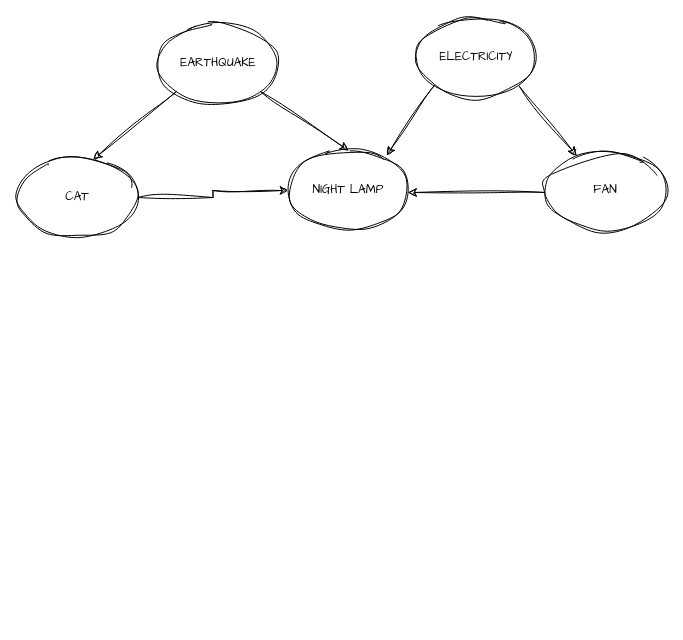
Sanjaynarayan27/github_tut keeps this draw.io diagram as page "Page-2" (6 of 6) of causal_approach.drawio. Above is the earlier version. Source tidied: cells renumbered, new cells numbered last; positions are measured from the earlier drawing's top-left corner, leaving out a move shared by most shapes. Both pictures are drawn from the tidied source at 100%, with x=0, y=0 at pixel (17, 17).
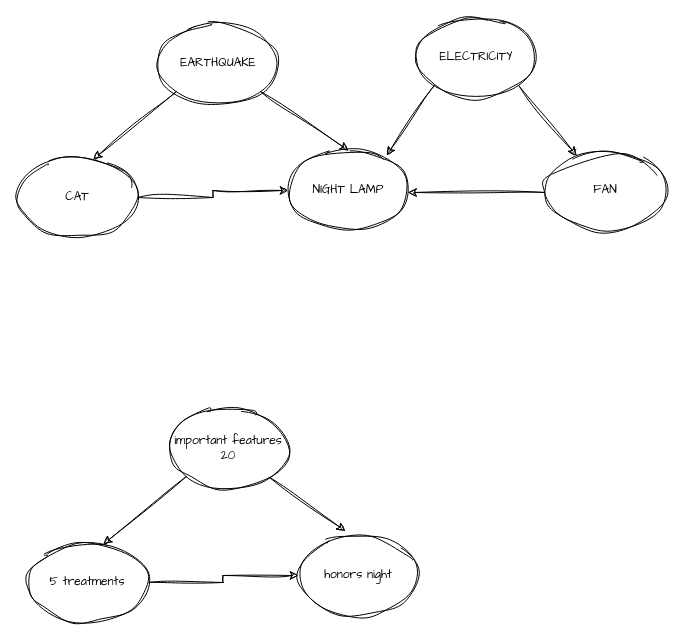
Above is the later version.

Change to the diagram source:
```diff
@@
 <mxGraphModel>
   <root>
     <mxCell id="0" />
     <mxCell id="1" parent="0" />
     <mxCell id="2" style="edgeStyle=orthogonalEdgeStyle;rounded=0;sketch=1;hachureGap=4;jiggle=2;curveFitting=1;jettySize=auto;html=1;exitX=1;exitY=0.5;exitDx=0;exitDy=0;fontFamily=Architects Daughter;" parent="1" edge="1" source="3" target="4">
       <mxGeometry relative="1" as="geometry" />
     </mxCell>
     <mxCell id="3" value="CAT" style="ellipse;whiteSpace=wrap;html=1;sketch=1;hachureGap=4;jiggle=2;curveFitting=1;fontFamily=Architects Daughter;" parent="1" vertex="1">
       <mxGeometry y="140" width="120" height="80" as="geometry" />
     </mxCell>
     <mxCell id="4" value="NIGHT LAMP" style="ellipse;whiteSpace=wrap;html=1;sketch=1;hachureGap=4;jiggle=2;curveFitting=1;fontFamily=Architects Daughter;" parent="1" vertex="1">
       <mxGeometry x="271" y="133" width="120" height="80" as="geometry" />
     </mxCell>
     <mxCell id="5" value="EARTHQUAKE" style="ellipse;whiteSpace=wrap;html=1;sketch=1;hachureGap=4;jiggle=2;curveFitting=1;fontFamily=Architects Daughter;" parent="1" vertex="1">
       <mxGeometry x="141" y="6" width="120" height="80" as="geometry" />
     </mxCell>
     <mxCell id="6" style="endArrow=classic;html=1;rounded=0;sketch=1;hachureGap=4;jiggle=2;curveFitting=1;fontFamily=Architects Daughter;exitX=1;exitY=1;exitDx=0;exitDy=0;entryX=0.5;entryY=0;entryDx=0;entryDy=0;" parent="1" edge="1" source="5" target="4">
       <mxGeometry relative="1" as="geometry" />
     </mxCell>
     <mxCell id="7" style="endArrow=classic;html=1;rounded=0;sketch=1;hachureGap=4;jiggle=2;curveFitting=1;fontFamily=Architects Daughter;exitX=0;exitY=1;exitDx=0;exitDy=0;entryX=0.633;entryY=0.021;entryDx=0;entryDy=0;entryPerimeter=0;" parent="1" edge="1" source="5" target="3">
       <mxGeometry relative="1" as="geometry" />
     </mxCell>
     <mxCell id="8" style="edgeStyle=orthogonalEdgeStyle;rounded=0;sketch=1;hachureGap=4;jiggle=2;curveFitting=1;orthogonalLoop=1;jettySize=auto;html=1;fontFamily=Architects Daughter;" parent="1" edge="1">
       <mxGeometry relative="1" as="geometry">
         <mxPoint x="527.5" y="175" as="sourcePoint" />
         <mxPoint x="390.5" y="175" as="targetPoint" />
       </mxGeometry>
     </mxCell>
     <mxCell id="9" value="FAN" style="ellipse;whiteSpace=wrap;html=1;sketch=1;hachureGap=4;jiggle=2;curveFitting=1;fontFamily=Architects Daughter;" parent="1" vertex="1">
       <mxGeometry x="528" y="133" width="120" height="80" as="geometry" />
     </mxCell>
     <mxCell id="10" value="ELECTRICITY" style="ellipse;whiteSpace=wrap;html=1;sketch=1;hachureGap=4;jiggle=2;curveFitting=1;fontFamily=Architects Daughter;" parent="1" vertex="1">
       <mxGeometry x="399" width="120" height="80" as="geometry" />
     </mxCell>
     <mxCell id="11" style="endArrow=classic;html=1;rounded=0;sketch=1;hachureGap=4;jiggle=2;curveFitting=1;fontFamily=Architects Daughter;exitX=1;exitY=1;exitDx=0;exitDy=0;" parent="1" edge="1" source="10" target="9">
       <mxGeometry relative="1" as="geometry" />
     </mxCell>
     <mxCell id="12" style="endArrow=classic;html=1;rounded=0;sketch=1;hachureGap=4;jiggle=2;curveFitting=1;fontFamily=Architects Daughter;exitX=0;exitY=1;exitDx=0;exitDy=0;entryX=0.819;entryY=0.058;entryDx=0;entryDy=0;entryPerimeter=0;" parent="1" edge="1" source="10" target="4">
       <mxGeometry relative="1" as="geometry" />
     </mxCell>
+    <mxCell id="13" style="edgeStyle=orthogonalEdgeStyle;rounded=0;sketch=1;hachureGap=4;jiggle=2;curveFitting=1;jettySize=auto;html=1;exitX=1;exitY=0.5;exitDx=0;exitDy=0;fontFamily=Architects Daughter;" parent="1" edge="1" source="14" target="15">
+      <mxGeometry relative="1" as="geometry" />
+    </mxCell>
+    <mxCell id="14" value="5 treatments" style="ellipse;whiteSpace=wrap;html=1;sketch=1;hachureGap=4;jiggle=2;curveFitting=1;fontFamily=Architects Daughter;" parent="1" vertex="1">
+      <mxGeometry x="10" y="525" width="120" height="80" as="geometry" />
+    </mxCell>
+    <mxCell id="15" value="honors night" style="ellipse;whiteSpace=wrap;html=1;sketch=1;hachureGap=4;jiggle=2;curveFitting=1;fontFamily=Architects Daughter;" parent="1" vertex="1">
+      <mxGeometry x="281" y="518" width="120" height="80" as="geometry" />
+    </mxCell>
+    <mxCell id="16" value="important features&lt;div&gt;20&lt;/div&gt;" style="ellipse;whiteSpace=wrap;html=1;sketch=1;hachureGap=4;jiggle=2;curveFitting=1;fontFamily=Architects Daughter;" parent="1" vertex="1">
+      <mxGeometry x="151" y="391" width="120" height="80" as="geometry" />
+    </mxCell>
+    <mxCell id="17" style="endArrow=classic;html=1;rounded=0;sketch=1;hachureGap=4;jiggle=2;curveFitting=1;fontFamily=Architects Daughter;entryX=0.389;entryY=-0.058;entryDx=0;entryDy=0;entryPerimeter=0;" parent="1" edge="1" source="16" target="15">
+      <mxGeometry relative="1" as="geometry" />
+    </mxCell>
+    <mxCell id="18" style="endArrow=classic;html=1;rounded=0;sketch=1;hachureGap=4;jiggle=2;curveFitting=1;fontFamily=Architects Daughter;exitX=0;exitY=1;exitDx=0;exitDy=0;entryX=0.633;entryY=0.021;entryDx=0;entryDy=0;entryPerimeter=0;" parent="1" edge="1" source="16" target="14">
+      <mxGeometry relative="1" as="geometry" />
+    </mxCell>
   </root>
 </mxGraphModel>
```
